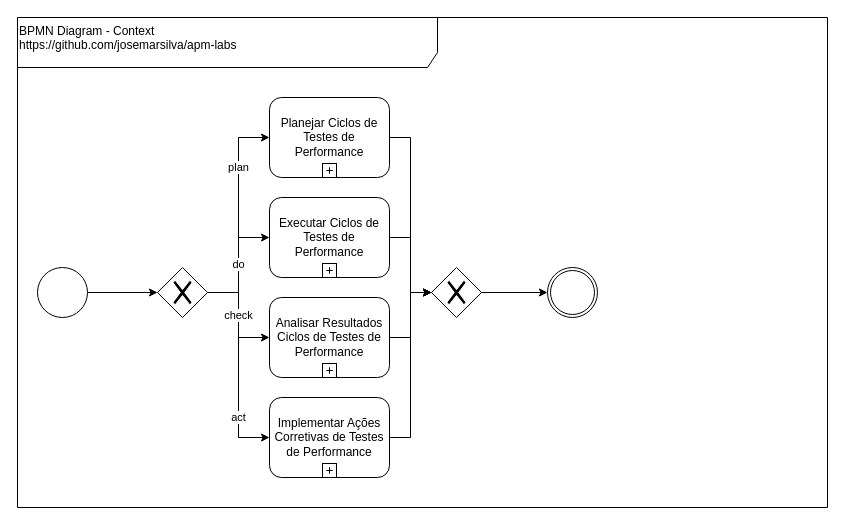
The draw.io diagram doc/BpmnDiagram-Context.drawio in josemarsilva/apm-labs, before the edit. Source tidied: cells renumbered, new cells numbered last; positions are measured from the earlier drawing's top-left corner, leaving out a move shared by most shapes. Both pictures are drawn from the tidied source at 100%, with x=0, y=0 at pixel (17, 17).
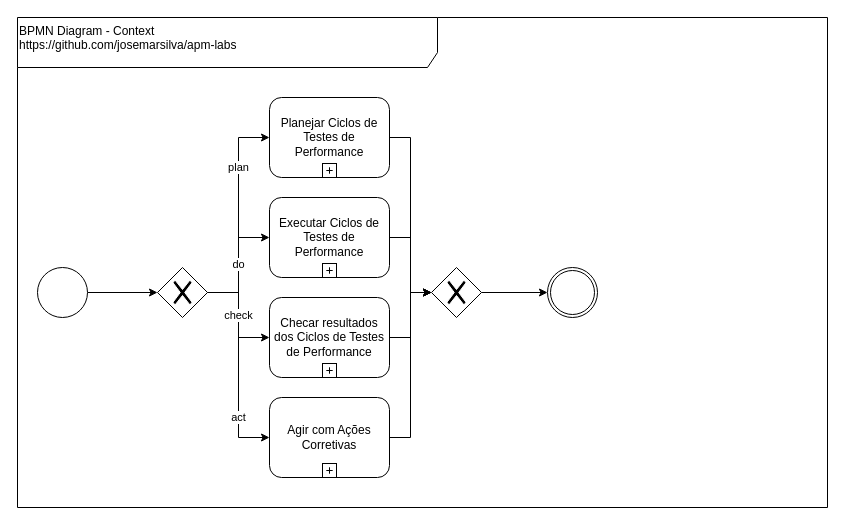
Above is the later version.

Diff of the diagram source:
```diff
@@
-    <mxCell id="16" value="Analisar Resultados Ciclos de Testes de Performance" style="html=1;whiteSpace=wrap;rounded=1;align=center;" parent="1" vertex="1">
+    <mxCell id="16" value="Checar resultados dos Ciclos de Testes de Performance" style="html=1;whiteSpace=wrap;rounded=1;align=center;" parent="1" vertex="1">
       <mxGeometry x="252" y="280" width="120" height="80" as="geometry" />
     </mxCell>
@@
-    <mxCell id="21" value="Implementar Ações Corretivas de Testes de Performance" style="html=1;whiteSpace=wrap;rounded=1;align=center;" parent="1" vertex="1">
+    <mxCell id="21" value="Agir com Ações Corretivas" style="html=1;whiteSpace=wrap;rounded=1;align=center;" parent="1" vertex="1">
       <mxGeometry x="252" y="380" width="120" height="80" as="geometry" />
     </mxCell>
```
